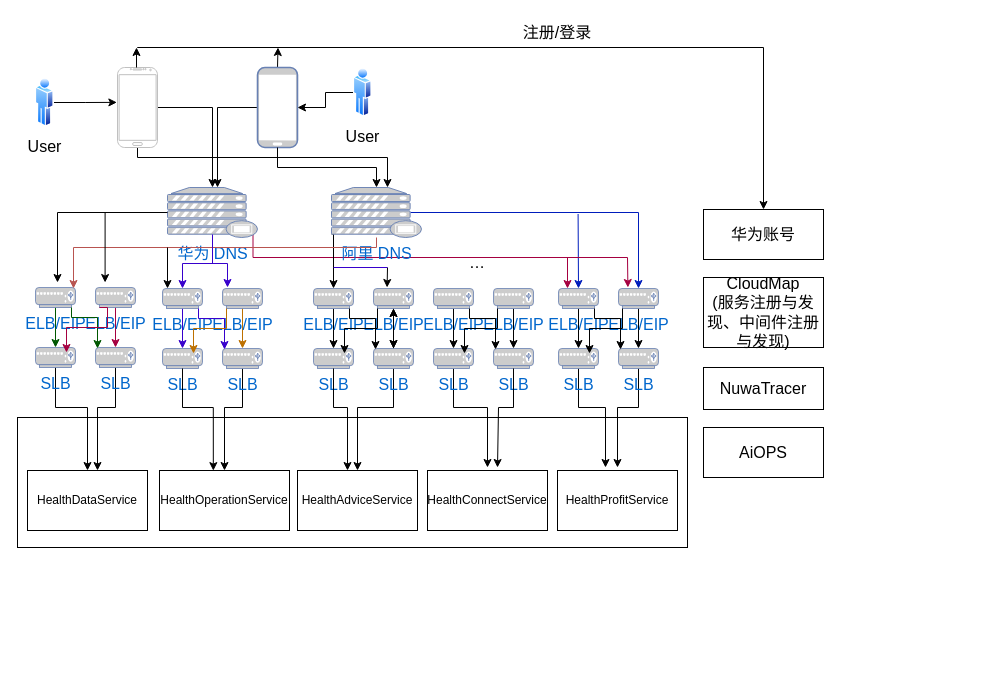
Earlier version of the draw.io diagram 运动健康云架构--第1层服务粒度架构.drawio (HuaHero/interview). Source tidied: cells renumbered, new cells numbered last; positions are measured from the earlier drawing's top-left corner, leaving out a move shared by most shapes. Both pictures are drawn from the tidied source at 100%, with x=0, y=0 at pixel (17, 17).
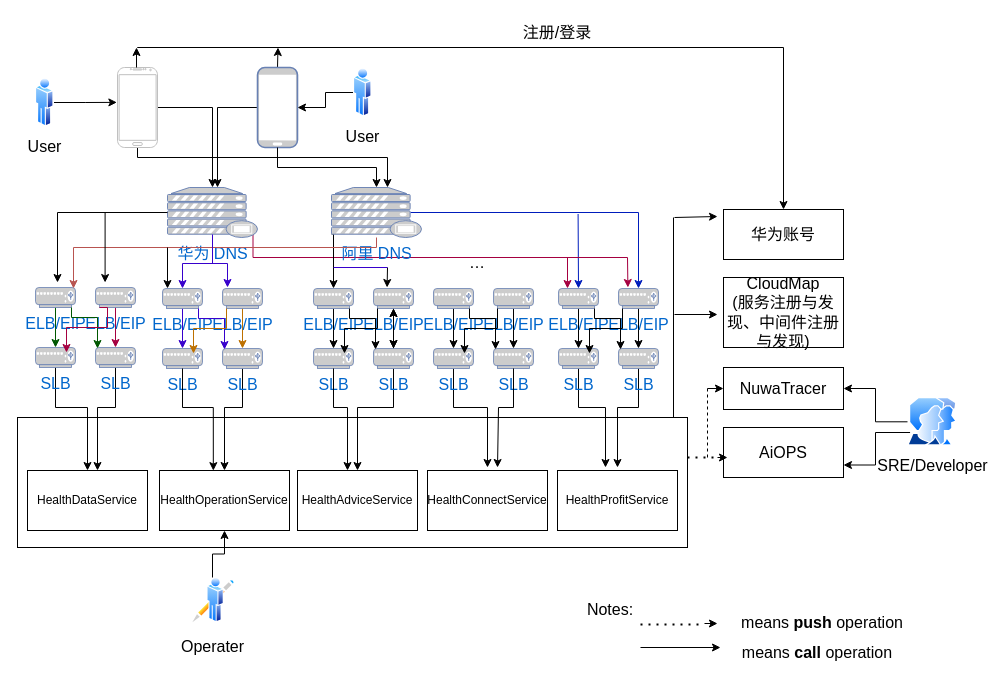
After the change.

Commit message (it also covers changes not shown here):
更新运动健康云架构--第1层服务粒度架构.drawio

The change refers to these unchanged cells:
```xml
<mxCell id="5" value="HealthOperationService" style="rounded=0;whiteSpace=wrap;html=1;fontSize=12;" parent="1" vertex="1">
  <mxGeometry x="142" y="453" width="130" height="60" as="geometry" />
</mxCell>
```

Diff of the diagram source:
```diff
@@
     <mxCell id="3" value="华为账号" style="rounded=0;whiteSpace=wrap;html=1;fontSize=16;" parent="1" vertex="1">
-      <mxGeometry x="686" y="192" width="120" height="50" as="geometry" />
+      <mxGeometry x="706" y="192" width="120" height="50" as="geometry" />
     </mxCell>
@@
     <mxCell id="9" value="CloudMap&lt;br style=&quot;font-size: 16px;&quot;&gt;(服务注册与发现、中间件注册与发现)" style="rounded=0;whiteSpace=wrap;html=1;fontSize=16;" parent="1" vertex="1">
-      <mxGeometry x="686" y="260" width="120" height="70" as="geometry" />
+      <mxGeometry x="706" y="260" width="120" height="70" as="geometry" />
     </mxCell>
@@
     <mxCell id="73" value="NuwaTracer" style="rounded=0;whiteSpace=wrap;html=1;fontSize=16;" parent="1" vertex="1">
-      <mxGeometry x="686" y="350" width="120" height="42" as="geometry" />
+      <mxGeometry x="706" y="350" width="120" height="42" as="geometry" />
     </mxCell>
     <mxCell id="74" value="AiOPS" style="rounded=0;whiteSpace=wrap;html=1;fontSize=16;" parent="1" vertex="1">
-      <mxGeometry x="686" y="410" width="120" height="50" as="geometry" />
+      <mxGeometry x="706" y="410" width="120" height="50" as="geometry" />
     </mxCell>
@@
+    <mxCell id="98" style="endArrow=none;html=1;rounded=0;exitX=1;exitY=0;exitDx=0;exitDy=0;fontSize=16;" parent="1" edge="1">
+      <mxGeometry relative="1" as="geometry">
+        <mxPoint x="656" y="400" as="sourcePoint" />
+        <mxPoint x="656" y="200" as="targetPoint" />
+      </mxGeometry>
+    </mxCell>
+    <mxCell id="99" style="endArrow=classic;html=1;rounded=0;fontSize=16;" parent="1" edge="1">
+      <mxGeometry relative="1" as="geometry">
+        <mxPoint x="657" y="200" as="sourcePoint" />
+        <mxPoint x="700" y="199" as="targetPoint" />
+      </mxGeometry>
+    </mxCell>
+    <mxCell id="100" style="endArrow=classic;html=1;rounded=0;fontSize=16;" parent="1" edge="1">
+      <mxGeometry relative="1" as="geometry">
+        <mxPoint x="657" y="297" as="sourcePoint" />
+        <mxPoint x="700" y="297" as="targetPoint" />
+      </mxGeometry>
+    </mxCell>
+    <mxCell id="101" style="endArrow=none;dashed=1;html=1;dashPattern=1 3;strokeWidth=2;rounded=0;fontSize=16;" parent="1" edge="1">
+      <mxGeometry relative="1" as="geometry">
+        <mxPoint x="670" y="440" as="sourcePoint" />
+        <mxPoint x="700" y="440" as="targetPoint" />
+      </mxGeometry>
+    </mxCell>
+    <mxCell id="102" style="endArrow=classic;html=1;rounded=0;entryX=0.033;entryY=0.6;entryDx=0;entryDy=0;entryPerimeter=0;fontSize=16;" parent="1" edge="1">
+      <mxGeometry relative="1" as="geometry">
+        <mxPoint x="700" y="440" as="sourcePoint" />
+        <mxPoint x="710" y="440" as="targetPoint" />
+      </mxGeometry>
+    </mxCell>
+    <mxCell id="103" style="endArrow=none;dashed=1;html=1;rounded=0;fontSize=16;" parent="1" edge="1">
+      <mxGeometry relative="1" as="geometry">
+        <mxPoint x="690" y="440" as="sourcePoint" />
+        <mxPoint x="690" y="370" as="targetPoint" />
+      </mxGeometry>
+    </mxCell>
+    <mxCell id="104" style="endArrow=classic;html=1;rounded=0;entryX=0;entryY=0.5;entryDx=0;entryDy=0;fontSize=16;" parent="1" edge="1" target="73">
+      <mxGeometry relative="1" as="geometry">
+        <mxPoint x="690" y="371" as="sourcePoint" />
+      </mxGeometry>
+    </mxCell>
+    <mxCell id="105" style="edgeStyle=orthogonalEdgeStyle;rounded=0;jettySize=auto;html=1;exitX=0.5;exitY=0;exitDx=0;exitDy=0;" parent="1" edge="1" source="106" target="5">
+      <mxGeometry relative="1" as="geometry" />
+    </mxCell>
+    <mxCell id="106" value="Operater" style="image;perimeter=ellipsePerimeter;html=1;align=center;shadow=0;dashed=0;spacingTop=3;image=img/lib/active_directory/writer.svg;fontSize=16;" parent="1" vertex="1">
+      <mxGeometry x="171" y="560" width="48" height="50" as="geometry" />
+    </mxCell>
+    <mxCell id="107" style="edgeStyle=orthogonalEdgeStyle;rounded=0;jettySize=auto;html=1;entryX=1;entryY=0.5;entryDx=0;entryDy=0;fontSize=16;" parent="1" edge="1" source="109" target="73">
+      <mxGeometry relative="1" as="geometry" />
+    </mxCell>
+    <mxCell id="108" style="edgeStyle=orthogonalEdgeStyle;rounded=0;jettySize=auto;html=1;exitX=0;exitY=0.75;exitDx=0;exitDy=0;entryX=1;entryY=0.75;entryDx=0;entryDy=0;fontSize=16;" parent="1" edge="1" source="109" target="74">
+      <mxGeometry relative="1" as="geometry" />
+    </mxCell>
+    <mxCell id="109" value="SRE/Developer" style="image;perimeter=ellipsePerimeter;html=1;align=center;shadow=0;dashed=0;spacingTop=3;image=img/lib/active_directory/user_accounts.svg;fontSize=16;" parent="1" vertex="1">
+      <mxGeometry x="890" y="380" width="50" height="48.5" as="geometry" />
+    </mxCell>
+    <mxCell id="110" value="Notes:" style="text;html=1;strokeColor=none;fillColor=none;align=center;verticalAlign=middle;whiteSpace=wrap;rounded=0;fontSize=16;" parent="1" vertex="1">
+      <mxGeometry x="563" y="577" width="60" height="30" as="geometry" />
+    </mxCell>
+    <mxCell id="111" style="endArrow=none;dashed=1;html=1;dashPattern=1 3;strokeWidth=2;rounded=0;exitX=1;exitY=1;exitDx=0;exitDy=0;fontSize=16;" parent="1" edge="1" source="110">
+      <mxGeometry relative="1" as="geometry">
+        <mxPoint x="683" y="607" as="targetPoint" />
+      </mxGeometry>
+    </mxCell>
+    <mxCell id="112" style="endArrow=classic;html=1;rounded=0;fontSize=16;" parent="1" edge="1">
+      <mxGeometry relative="1" as="geometry">
+        <mxPoint x="687" y="606" as="sourcePoint" />
+        <mxPoint x="700" y="606" as="targetPoint" />
+      </mxGeometry>
+    </mxCell>
+    <mxCell id="113" style="endArrow=classic;html=1;rounded=0;fontSize=16;" parent="1" edge="1">
+      <mxGeometry relative="1" as="geometry">
+        <mxPoint x="623" y="630" as="sourcePoint" />
+        <mxPoint x="703" y="630" as="targetPoint" />
+      </mxGeometry>
+    </mxCell>
+    <mxCell id="114" value="means &lt;b style=&quot;font-size: 16px;&quot;&gt;push &lt;/b&gt;operation" style="text;html=1;strokeColor=none;fillColor=none;align=center;verticalAlign=middle;whiteSpace=wrap;rounded=0;fontSize=16;" parent="1" vertex="1">
+      <mxGeometry x="710" y="590" width="190" height="30" as="geometry" />
+    </mxCell>
+    <mxCell id="115" value="means &lt;b style=&quot;font-size: 16px;&quot;&gt;call&lt;/b&gt; operation" style="text;html=1;strokeColor=none;fillColor=none;align=center;verticalAlign=middle;whiteSpace=wrap;rounded=0;fontSize=16;" parent="1" vertex="1">
+      <mxGeometry x="710" y="620" width="180" height="30" as="geometry" />
+    </mxCell>
```
